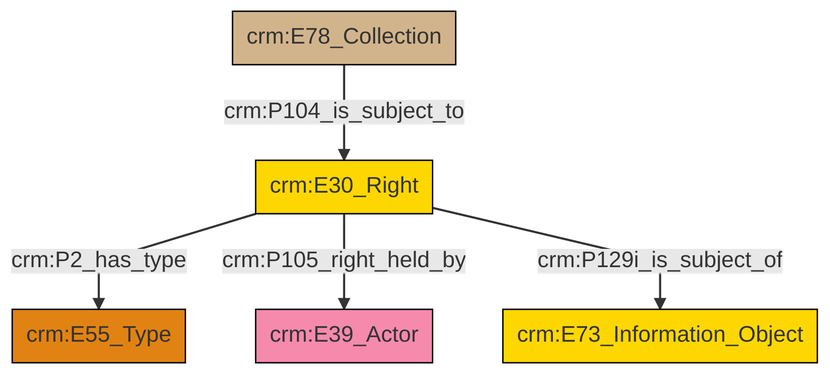
swiss-art-research-net/docs.swissartresearch keeps this Mermaid diagram as et/archivalCSV/ttl/mmd/png/archival_rights.png. Above is the earlier version. Its source is kept beside it as et/archivalCSV/ttl/mmd/archival_rights.ttl.mmd.
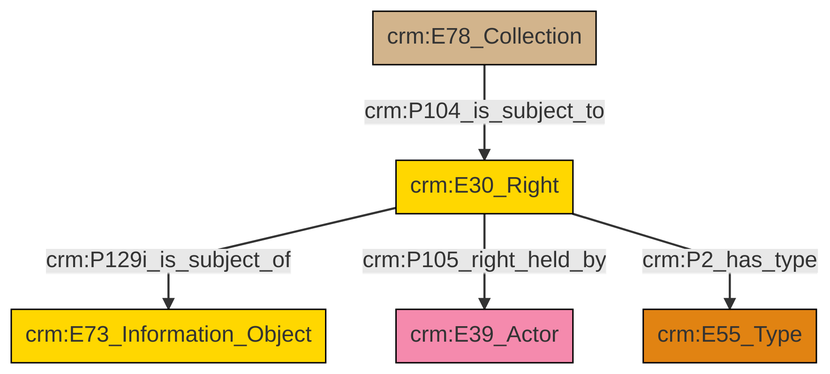
After the commit.

Diff of the diagram source:
```diff
@@ -13,7 +13,7 @@
 classDef PC_Classes fill:#4ce600, stroke:#000000;
 classDef Multi fill:#cccccc,stroke:#000000;
 
-2["crm:E78_Collection"]:::Physical_Thing -->|crm:P104_is_subject_to| 4["crm:E30_Right"]:::Conceptual_Object
-4["crm:E30_Right"]:::Conceptual_Object -->|crm:P2_has_type| 0["crm:E55_Type"]:::Type
-4["crm:E30_Right"]:::Conceptual_Object -->|crm:P105_right_held_by| 6["crm:E39_Actor"]:::Actor
-4["crm:E30_Right"]:::Conceptual_Object -->|crm:P129i_is_subject_of| 8["crm:E73_Information_Object"]:::Conceptual_Object
+2["crm:E30_Right"]:::Conceptual_Object -->|crm:P129i_is_subject_of| 3["crm:E73_Information_Object"]:::Conceptual_Object
+2["crm:E30_Right"]:::Conceptual_Object -->|crm:P105_right_held_by| 4["crm:E39_Actor"]:::Actor
+2["crm:E30_Right"]:::Conceptual_Object -->|crm:P2_has_type| 0["crm:E55_Type"]:::Type
+8["crm:E78_Collection"]:::Physical_Thing -->|crm:P104_is_subject_to| 2["crm:E30_Right"]:::Conceptual_Object
```
